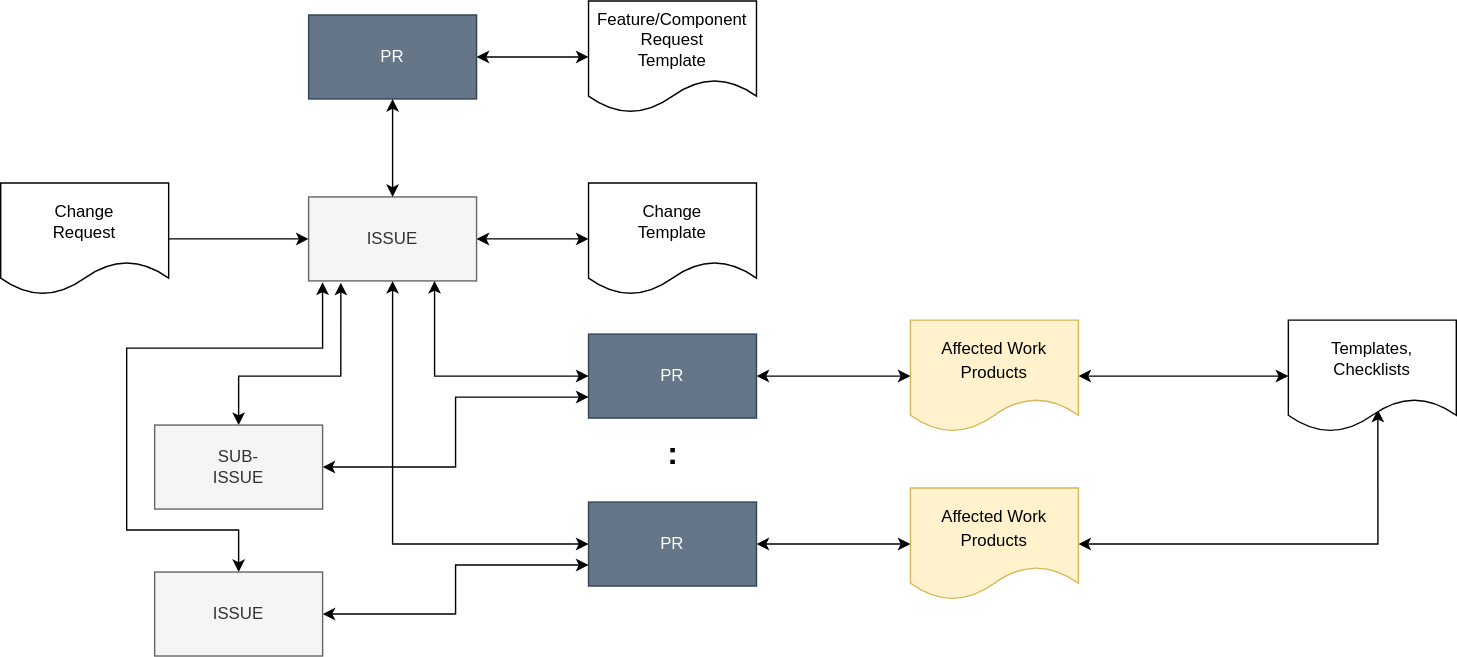
This is main/_images/score_change_request_overview_complex.drawio.svg from MaximilianSoerenPollak/score, a draw.io export, as it was before one commit. Source tidied: cells renumbered, new cells last; positions are measured from the earlier drawing's top-left corner, leaving out a move shared by most shapes.
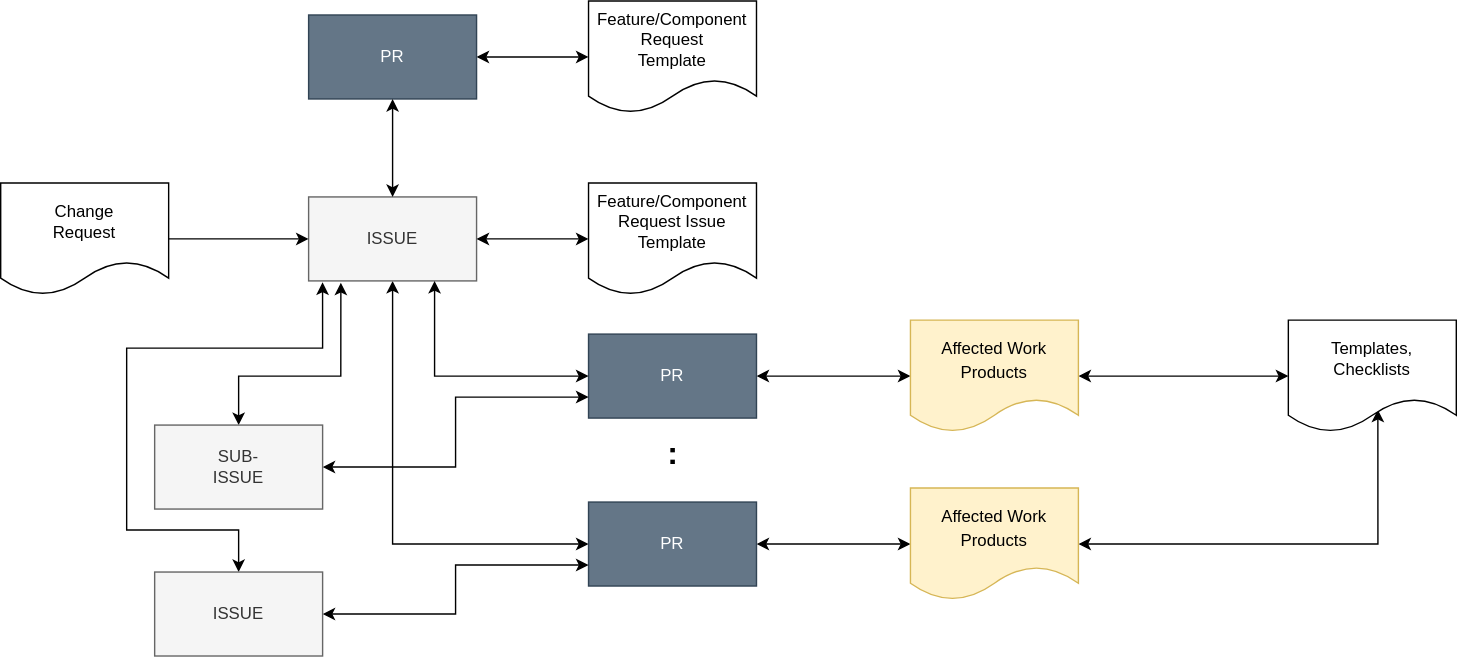
Above is the later version.

Change to the diagram source:
```diff
@@ -88,7 +88,7 @@
     <mxCell id="23" style="edgeStyle=orthogonalEdgeStyle;rounded=0;jettySize=auto;html=1;entryX=0;entryY=0.5;entryDx=0;entryDy=0;startArrow=classic;startFill=1;exitX=1;exitY=0.5;exitDx=0;exitDy=0;" parent="1" edge="1" source="5" target="24">
       <mxGeometry relative="1" as="geometry" />
     </mxCell>
-    <mxCell id="24" value="Change&lt;br&gt;Template" style="shape=document;whiteSpace=wrap;html=1;boundedLbl=1;" parent="1" vertex="1">
+    <mxCell id="24" value="Feature/Component&lt;br&gt;Request Issue&lt;br&gt;Template" style="shape=document;whiteSpace=wrap;html=1;boundedLbl=1;" parent="1" vertex="1">
       <mxGeometry x="420" y="130" width="120" height="80" as="geometry" />
     </mxCell>
     <mxCell id="25" style="edgeStyle=orthogonalEdgeStyle;rounded=0;jettySize=auto;html=1;startArrow=classic;startFill=1;" parent="1" edge="1" source="26" target="28">
```
